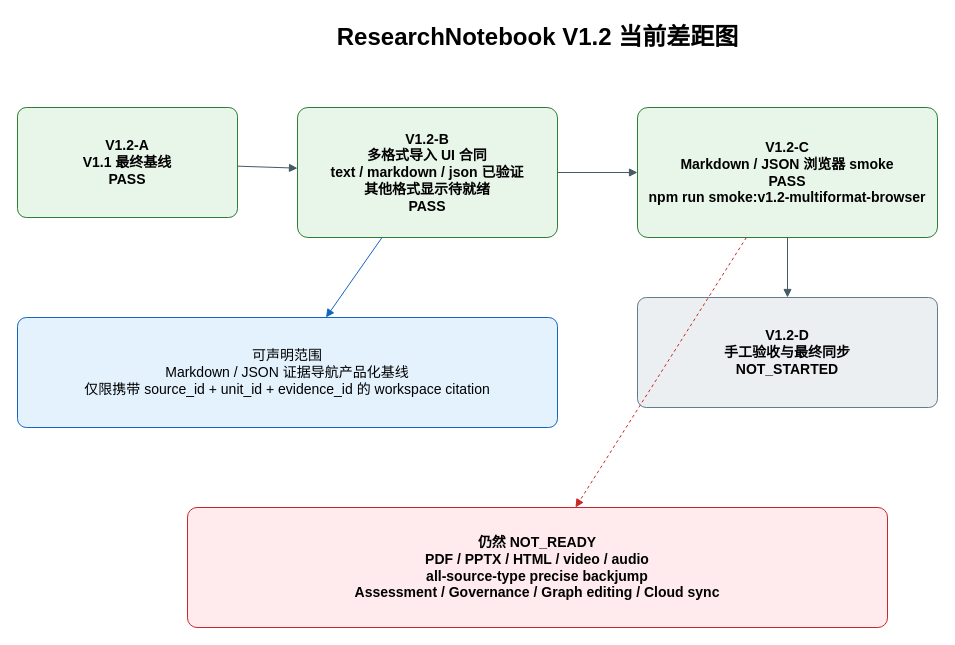
ljx418/meeting-voice-assistant keeps this draw.io diagram as research-notebook/docs/design/V1.2/v1_2_current_gap_analysis.drawio. Above is the earlier version. Source tidied: cells renumbered, new cells numbered last; positions are measured from the earlier drawing's top-left corner, leaving out a move shared by most shapes. Both pictures are drawn from the tidied source at 100%, with x=0, y=0 at pixel (17, 17).
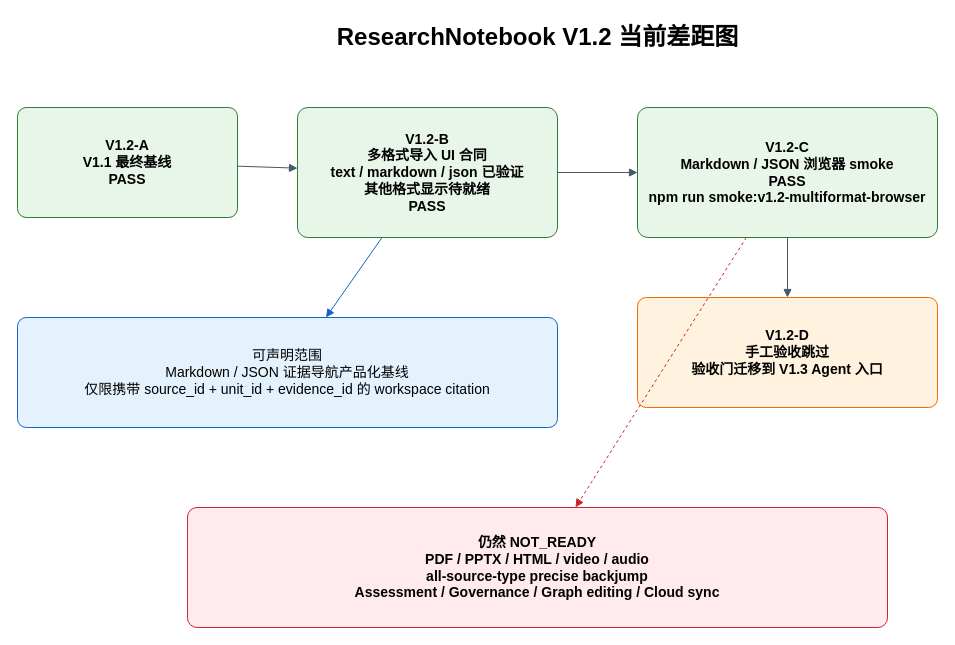
The same diagram, later.

Diff of the diagram source:
```diff
@@
 <mxGraphModel>
   <root>
     <mxCell id="0" />
     <mxCell id="1" parent="0" />
     <mxCell id="2" value="ResearchNotebook V1.2 当前差距图" style="text;html=1;strokeColor=none;fillColor=none;fontSize=24;fontStyle=1;align=center;verticalAlign=middle;" parent="1" vertex="1">
       <mxGeometry x="220" width="600" height="40" as="geometry" />
     </mxCell>
     <mxCell id="3" value="V1.2-A&#10;V1.1 最终基线&#10;PASS" style="rounded=1;whiteSpace=wrap;html=1;arcSize=8;fillColor=#E8F5E9;strokeColor=#2E7D32;fontSize=14;fontStyle=1;" parent="1" vertex="1">
       <mxGeometry y="90" width="220" height="110" as="geometry" />
     </mxCell>
     <mxCell id="4" value="V1.2-B&#10;多格式导入 UI 合同&#10;text / markdown / json 已验证&#10;其他格式显示待就绪&#10;PASS" style="rounded=1;whiteSpace=wrap;html=1;arcSize=8;fillColor=#E8F5E9;strokeColor=#2E7D32;fontSize=14;fontStyle=1;" parent="1" vertex="1">
       <mxGeometry x="280" y="90" width="260" height="130" as="geometry" />
     </mxCell>
     <mxCell id="5" value="V1.2-C&#10;Markdown / JSON 浏览器 smoke&#10;PASS&#10;npm run smoke:v1.2-multiformat-browser" style="rounded=1;whiteSpace=wrap;html=1;arcSize=8;fillColor=#E8F5E9;strokeColor=#2E7D32;fontSize=14;fontStyle=1;" parent="1" vertex="1">
       <mxGeometry x="620" y="90" width="300" height="130" as="geometry" />
     </mxCell>
-    <mxCell id="6" value="V1.2-D&#10;手工验收与最终同步&#10;NOT_STARTED" style="rounded=1;whiteSpace=wrap;html=1;arcSize=8;fillColor=#ECEFF1;strokeColor=#607D8B;fontSize=14;fontStyle=1;" parent="1" vertex="1">
+    <mxCell id="6" value="V1.2-D&#10;手工验收跳过&#10;验收门迁移到 V1.3 Agent 入口" style="rounded=1;whiteSpace=wrap;html=1;arcSize=8;fillColor=#FFF3E0;strokeColor=#EF6C00;fontSize=14;fontStyle=1;" parent="1" vertex="1">
       <mxGeometry x="620" y="280" width="300" height="110" as="geometry" />
     </mxCell>
     <mxCell id="7" value="可声明范围&#10;Markdown / JSON 证据导航产品化基线&#10;仅限携带 source_id + unit_id + evidence_id 的 workspace citation" style="rounded=1;whiteSpace=wrap;html=1;arcSize=8;fillColor=#E3F2FD;strokeColor=#1565C0;fontSize=14;" parent="1" vertex="1">
       <mxGeometry y="300" width="540" height="110" as="geometry" />
     </mxCell>
     <mxCell id="8" value="仍然 NOT_READY&#10;PDF / PPTX / HTML / video / audio&#10;all-source-type precise backjump&#10;Assessment / Governance / Graph editing / Cloud sync" style="rounded=1;whiteSpace=wrap;html=1;arcSize=8;fillColor=#FFEBEE;strokeColor=#C62828;fontSize=14;fontStyle=1;" parent="1" vertex="1">
       <mxGeometry x="170" y="490" width="700" height="120" as="geometry" />
     </mxCell>
     <mxCell id="9" style="endArrow=block;html=1;rounded=0;strokeColor=#455A64;" parent="1" edge="1" source="3" target="4">
       <mxGeometry relative="1" as="geometry" />
     </mxCell>
     <mxCell id="10" style="endArrow=block;html=1;rounded=0;strokeColor=#455A64;" parent="1" edge="1" source="4" target="5">
       <mxGeometry relative="1" as="geometry" />
     </mxCell>
     <mxCell id="11" style="endArrow=block;html=1;rounded=0;strokeColor=#455A64;" parent="1" edge="1" source="5" target="6">
       <mxGeometry relative="1" as="geometry" />
     </mxCell>
     <mxCell id="12" style="endArrow=block;html=1;rounded=0;strokeColor=#1565C0;" parent="1" edge="1" source="4" target="7">
       <mxGeometry relative="1" as="geometry" />
     </mxCell>
     <mxCell id="13" style="endArrow=block;html=1;rounded=0;dashed=1;strokeColor=#C62828;" parent="1" edge="1" source="5" target="8">
       <mxGeometry relative="1" as="geometry" />
     </mxCell>
   </root>
 </mxGraphModel>
```
